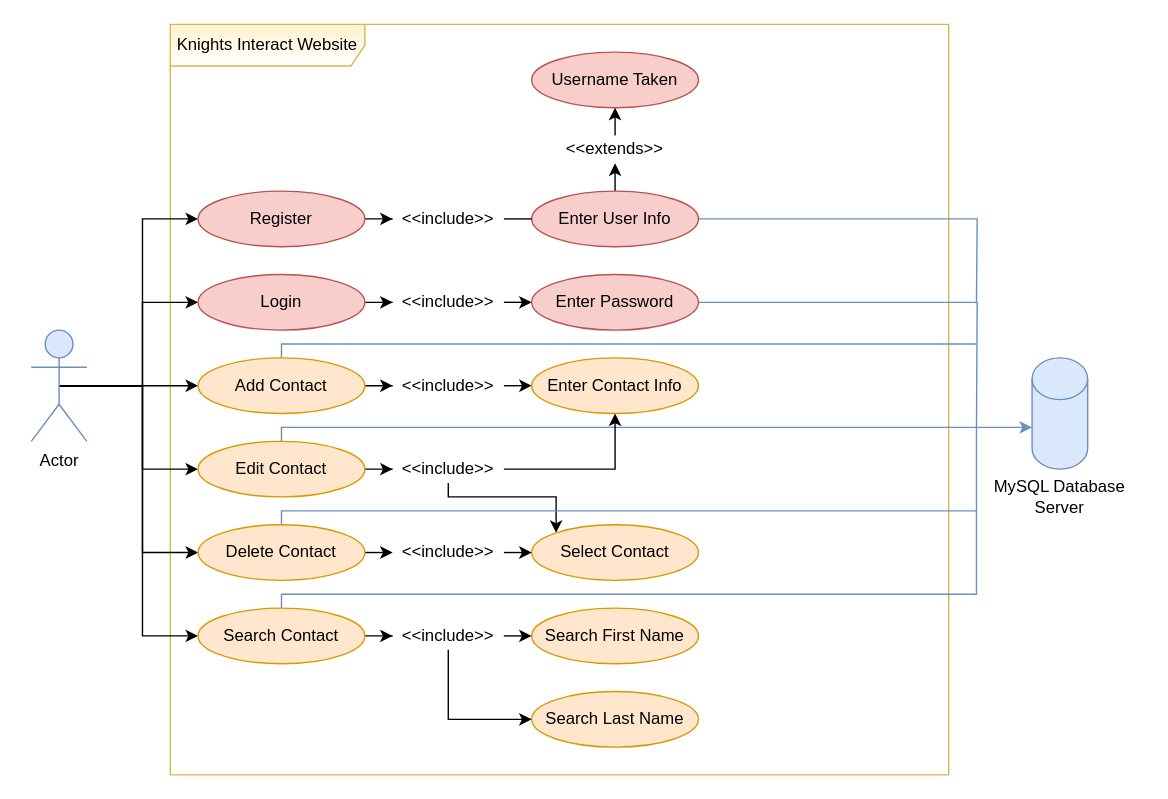
The draw.io diagram KnightsInteractUseCase.drawio in MWaldrep2000/COP4331-26-Fall2020, before the edit. Source tidied: cells renumbered, new cells numbered last; positions are measured from the earlier drawing's top-left corner, leaving out a move shared by most shapes. Both pictures are drawn from the tidied source at 139%, with x=0, y=0 at pixel (31, 24).
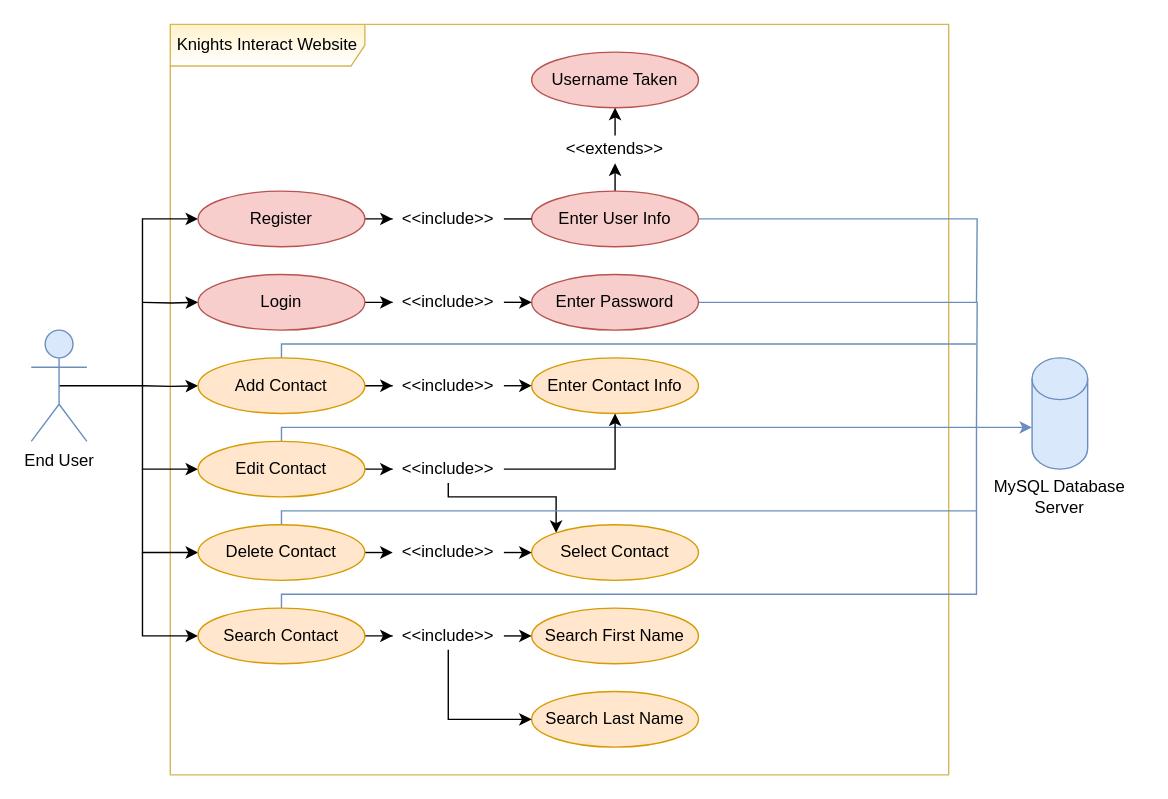
After the change.

The change refers to these unchanged cells:
```xml
<mxCell id="13" value="Login" style="ellipse;whiteSpace=wrap;html=1;fillColor=#f8cecc;strokeColor=#b85450;" parent="1" vertex="1">
  <mxGeometry x="120" y="180" width="120" height="40" as="geometry" />
</mxCell>
<mxCell id="15" value="Register" style="ellipse;whiteSpace=wrap;html=1;fillColor=#f8cecc;strokeColor=#b85450;" parent="1" vertex="1">
  <mxGeometry x="120" y="120" width="120" height="40" as="geometry" />
</mxCell>
<mxCell id="31" value="Add Contact" style="ellipse;whiteSpace=wrap;html=1;fillColor=#ffe6cc;strokeColor=#d79b00;" parent="1" vertex="1">
  <mxGeometry x="120" y="240" width="120" height="40" as="geometry" />
</mxCell>
<mxCell id="37" value="Edit Contact" style="ellipse;whiteSpace=wrap;html=1;fillColor=#ffe6cc;strokeColor=#d79b00;" parent="1" vertex="1">
  <mxGeometry x="120" y="300" width="120" height="40" as="geometry" />
</mxCell>
<mxCell id="43" value="Delete Contact" style="ellipse;whiteSpace=wrap;html=1;fillColor=#ffe6cc;strokeColor=#d79b00;" parent="1" vertex="1">
  <mxGeometry x="120" y="360" width="120" height="40" as="geometry" />
</mxCell>
<mxCell id="50" value="Search Contact" style="ellipse;whiteSpace=wrap;html=1;shadow=0;fillColor=#ffe6cc;strokeColor=#d79b00;" parent="1" vertex="1">
  <mxGeometry x="120" y="420" width="120" height="40" as="geometry" />
</mxCell>
```

The edit, as a diff of the source:
```diff
@@
-<mxGraphModel>
+<mxGraphModel background="#ffffff">
@@
-    <mxCell id="3" style="edgeStyle=orthogonalEdgeStyle;rounded=0;jettySize=auto;html=1;exitX=0.5;exitY=0.5;exitDx=0;exitDy=0;exitPerimeter=0;" parent="1" edge="1" source="9" target="15">
-      <mxGeometry relative="1" as="geometry">
-        <Array as="points">
-          <mxPoint x="80" y="260" />
-          <mxPoint x="80" y="140" />
-        </Array>
-      </mxGeometry>
+    <mxCell id="3" style="edgeStyle=orthogonalEdgeStyle;rounded=0;jettySize=auto;html=1;exitX=0.5;exitY=0.5;exitDx=0;exitDy=0;exitPerimeter=0;endArrow=classic;endFill=1;entryX=0;entryY=0.5;entryDx=0;entryDy=0;" parent="1" edge="1" source="9" target="15">
+      <mxGeometry relative="1" as="geometry" />
     </mxCell>
-    <mxCell id="4" style="edgeStyle=orthogonalEdgeStyle;rounded=0;jettySize=auto;html=1;exitX=0.5;exitY=0.5;exitDx=0;exitDy=0;exitPerimeter=0;" parent="1" edge="1" source="9" target="13">
-      <mxGeometry relative="1" as="geometry">
-        <Array as="points">
-          <mxPoint x="80" y="260" />
-          <mxPoint x="80" y="200" />
-        </Array>
-      </mxGeometry>
-    </mxCell>
-    <mxCell id="5" style="edgeStyle=orthogonalEdgeStyle;rounded=0;jettySize=auto;html=1;exitX=0.5;exitY=0.5;exitDx=0;exitDy=0;exitPerimeter=0;entryX=0;entryY=0.5;entryDx=0;entryDy=0;" parent="1" edge="1" source="9" target="31">
-      <mxGeometry relative="1" as="geometry" />
-    </mxCell>
-    <mxCell id="6" style="edgeStyle=orthogonalEdgeStyle;rounded=0;jettySize=auto;html=1;exitX=0.5;exitY=0.5;exitDx=0;exitDy=0;exitPerimeter=0;entryX=0;entryY=0.5;entryDx=0;entryDy=0;" parent="1" edge="1" source="9" target="37">
-      <mxGeometry relative="1" as="geometry" />
-    </mxCell>
-    <mxCell id="7" style="edgeStyle=orthogonalEdgeStyle;rounded=0;jettySize=auto;html=1;exitX=0.5;exitY=0.5;exitDx=0;exitDy=0;exitPerimeter=0;entryX=0;entryY=0.5;entryDx=0;entryDy=0;" parent="1" edge="1" source="9" target="43">
-      <mxGeometry relative="1" as="geometry" />
-    </mxCell>
-    <mxCell id="8" style="edgeStyle=orthogonalEdgeStyle;rounded=0;jettySize=auto;html=1;exitX=0.5;exitY=0.5;exitDx=0;exitDy=0;exitPerimeter=0;entryX=0;entryY=0.5;entryDx=0;entryDy=0;endArrow=classic;endFill=1;strokeColor=#000000;" parent="1" edge="1" source="9" target="50">
-      <mxGeometry relative="1" as="geometry" />
-    </mxCell>
-    <mxCell id="9" value="Actor" style="shape=umlActor;verticalLabelPosition=bottom;verticalAlign=top;html=1;outlineConnect=0;fillColor=#dae8fc;strokeColor=#6c8ebf;" parent="1" vertex="1">
+    <mxCell id="9" value="End User" style="shape=umlActor;verticalLabelPosition=bottom;verticalAlign=top;html=1;outlineConnect=0;fillColor=#dae8fc;strokeColor=#6c8ebf;" parent="1" vertex="1">
       <mxGeometry y="220" width="40" height="80" as="geometry" />
     </mxCell>
@@
+    <mxCell id="56" style="edgeStyle=orthogonalEdgeStyle;rounded=0;jettySize=auto;html=1;exitX=0;exitY=0.5;exitDx=0;exitDy=0;endArrow=classic;endFill=1;entryX=0;entryY=0.5;entryDx=0;entryDy=0;" parent="1" edge="1" target="13">
+      <mxGeometry relative="1" as="geometry">
+        <mxPoint x="80" y="200" as="sourcePoint" />
+      </mxGeometry>
+    </mxCell>
@@
+    <mxCell id="57" style="edgeStyle=orthogonalEdgeStyle;rounded=0;jettySize=auto;html=1;exitX=0;exitY=0.5;exitDx=0;exitDy=0;endArrow=classic;endFill=1;entryX=0;entryY=0.5;entryDx=0;entryDy=0;" parent="1" edge="1" target="31">
+      <mxGeometry relative="1" as="geometry">
+        <mxPoint x="80" y="260" as="sourcePoint" />
+      </mxGeometry>
+    </mxCell>
@@
+    <mxCell id="58" style="edgeStyle=orthogonalEdgeStyle;rounded=0;jettySize=auto;html=1;exitX=0;exitY=0.5;exitDx=0;exitDy=0;endArrow=classic;endFill=1;entryX=0;entryY=0.5;entryDx=0;entryDy=0;" parent="1" edge="1" target="37">
+      <mxGeometry relative="1" as="geometry">
+        <mxPoint x="80" y="260" as="sourcePoint" />
+        <Array as="points">
+          <mxPoint x="80" y="320" />
+        </Array>
+      </mxGeometry>
+    </mxCell>
@@
+    <mxCell id="59" style="edgeStyle=orthogonalEdgeStyle;rounded=0;jettySize=auto;html=1;exitX=0;exitY=0.5;exitDx=0;exitDy=0;endArrow=classic;endFill=1;entryX=0;entryY=0.5;entryDx=0;entryDy=0;" parent="1" edge="1" target="43">
+      <mxGeometry relative="1" as="geometry">
+        <mxPoint x="80" y="320" as="sourcePoint" />
+        <Array as="points">
+          <mxPoint x="80" y="380" />
+        </Array>
+      </mxGeometry>
+    </mxCell>
@@
+    <mxCell id="60" style="edgeStyle=orthogonalEdgeStyle;rounded=0;jettySize=auto;html=1;exitX=0;exitY=0.5;exitDx=0;exitDy=0;endArrow=classic;endFill=1;entryX=0;entryY=0.5;entryDx=0;entryDy=0;" parent="1" edge="1" target="50">
+      <mxGeometry relative="1" as="geometry">
+        <mxPoint x="80" y="380" as="sourcePoint" />
+        <Array as="points">
+          <mxPoint x="80" y="440" />
+        </Array>
+      </mxGeometry>
+    </mxCell>
```
